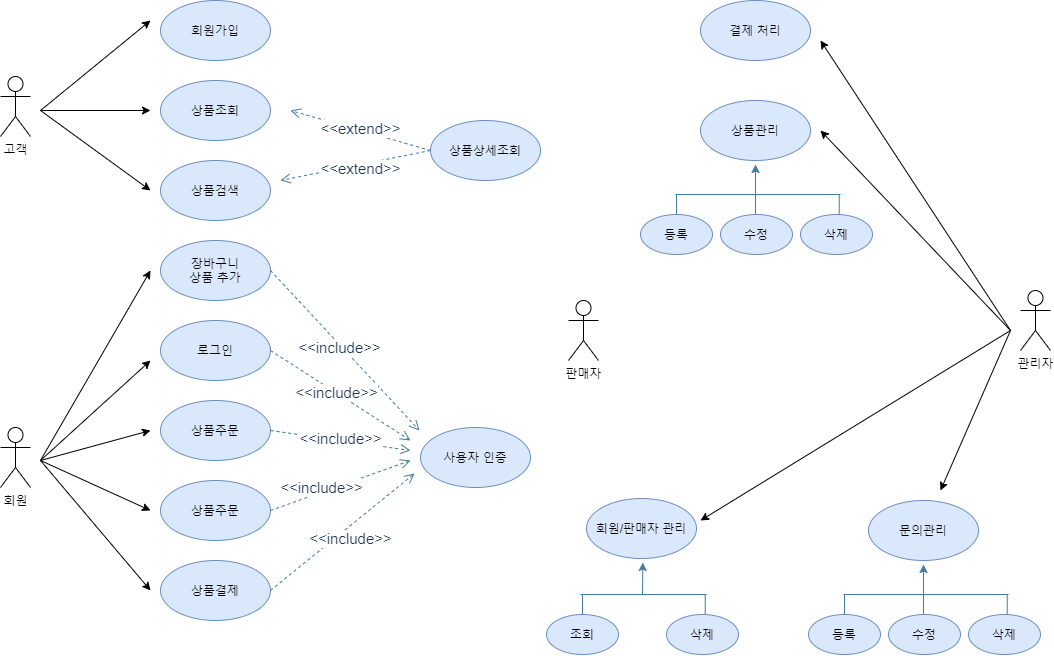
The draw.io diagram Actor Diagram.png in osiris0607/Project, before a commit. Source tidied: cells renumbered, new cells last; positions are measured from the earlier drawing's top-left corner, leaving out a move shared by most shapes.
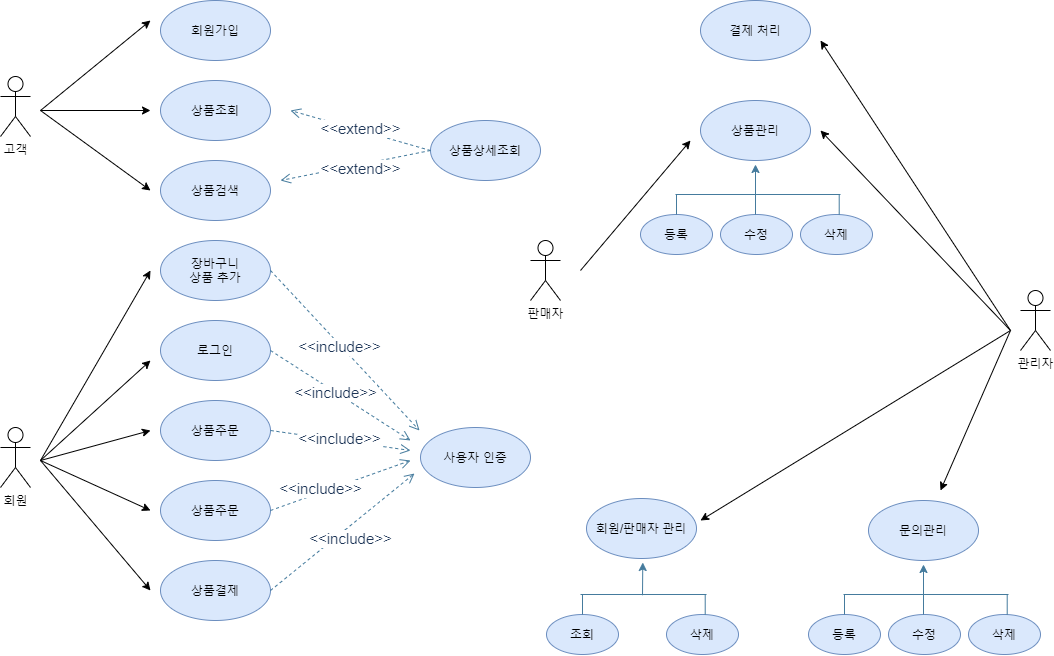
After the change.

The edit, as a diff of the source:
```diff
@@ -127,7 +127,7 @@
       </mxGeometry>
     </mxCell>
     <mxCell id="30" value="판매자" style="shape=umlActor;verticalLabelPosition=bottom;verticalAlign=top;html=1;" parent="1" vertex="1">
-      <mxGeometry x="568" y="300" width="30" height="60" as="geometry" />
+      <mxGeometry x="530" y="240" width="30" height="60" as="geometry" />
     </mxCell>
     <mxCell id="31" value="결제 처리" style="ellipse;whiteSpace=wrap;html=1;fillColor=#dae8fc;strokeColor=#6c8ebf;" parent="1" vertex="1">
       <mxGeometry x="700" width="110" height="60" as="geometry" />
@@ -258,5 +258,11 @@
         <mxPoint x="940" y="490" as="targetPoint" />
       </mxGeometry>
     </mxCell>
+    <mxCell id="59" style="endArrow=classic;html=1;" parent="1" edge="1">
+      <mxGeometry relative="1" as="geometry">
+        <mxPoint x="580" y="270" as="sourcePoint" />
+        <mxPoint x="690" y="140" as="targetPoint" />
+      </mxGeometry>
+    </mxCell>
   </root>
 </mxGraphModel>
```
